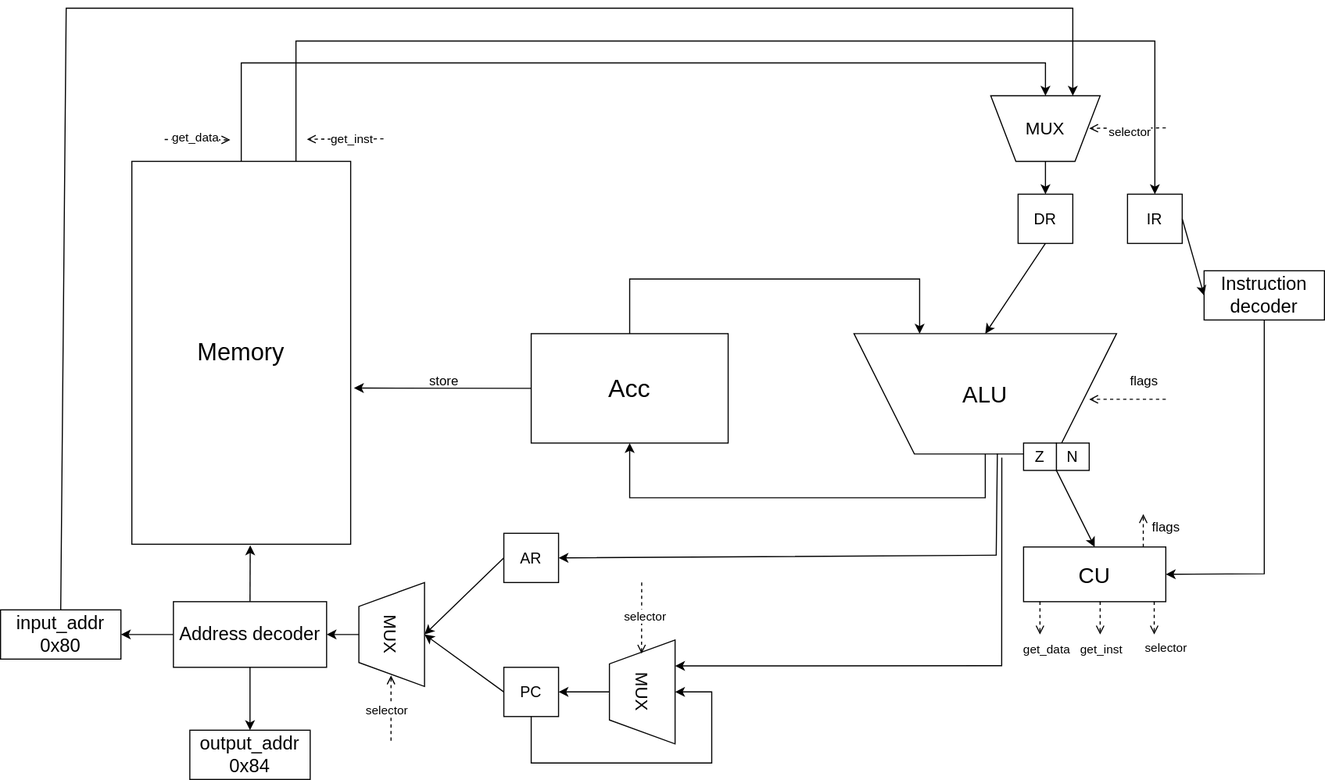
Before: csa/Acc.svg, a diagram exported from draw.io (anasttass/itmo). Source tidied: cells renumbered, new cells last; positions are measured from the earlier drawing's top-left corner, leaving out a move shared by most shapes.
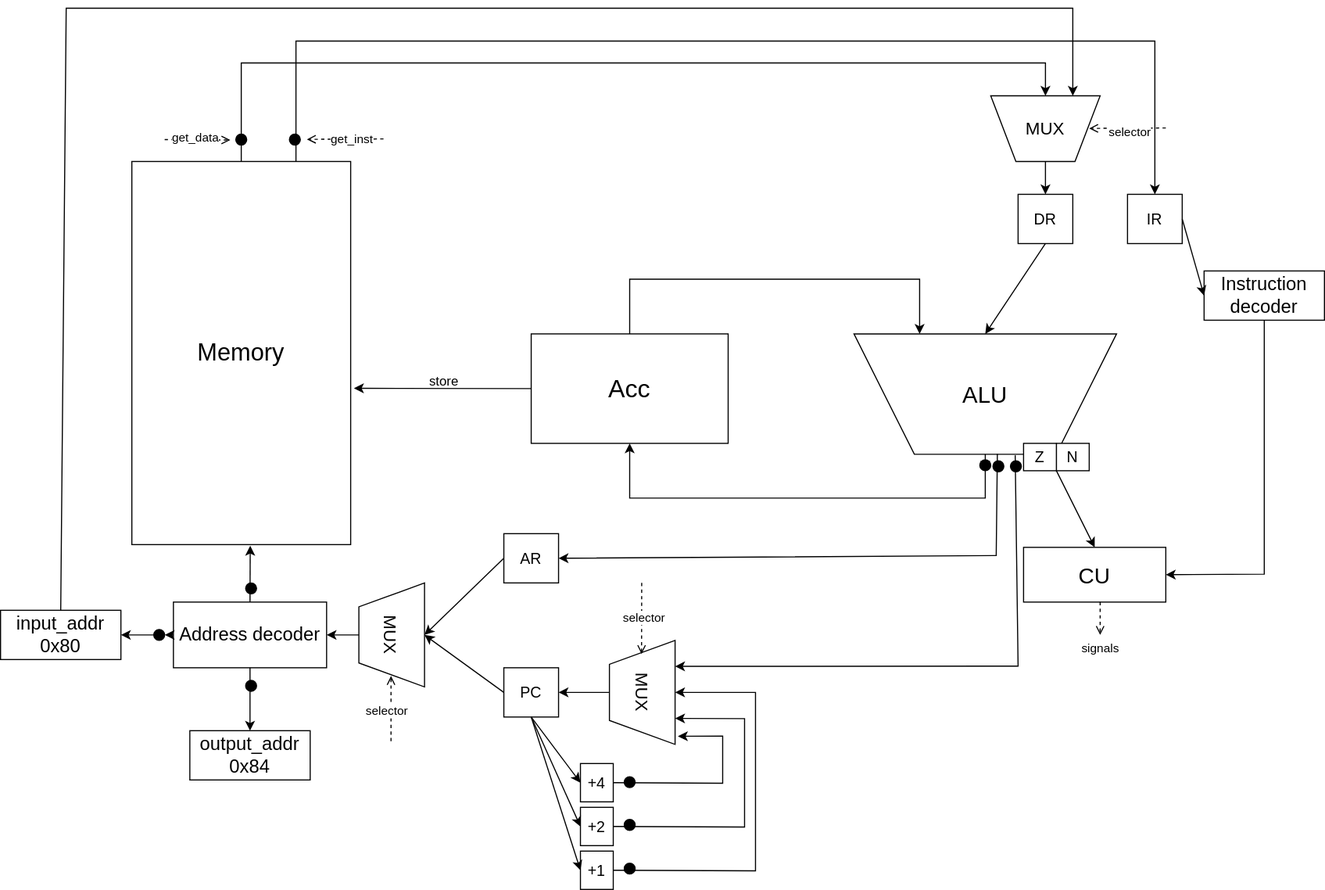
After the change.

The edit, as a diff of the source:
```diff
@@ -41,12 +41,9 @@
     <mxCell id="14" style="endArrow=classic;html=1;rounded=0;exitX=0.5;exitY=0;exitDx=0;exitDy=0;entryX=0.541;entryY=1.003;entryDx=0;entryDy=0;entryPerimeter=0;" parent="1" edge="1" source="4" target="2">
       <mxGeometry relative="1" as="geometry" />
     </mxCell>
-    <mxCell id="15" style="endArrow=classic;html=1;rounded=0;exitX=0;exitY=0.5;exitDx=0;exitDy=0;entryX=1;entryY=0.5;entryDx=0;entryDy=0;" parent="1" edge="1" source="4" target="6">
+    <mxCell id="15" style="endArrow=classic;html=1;rounded=0;exitX=0;exitY=0.5;exitDx=0;exitDy=0;entryX=1;entryY=0.5;entryDx=0;entryDy=0;" parent="1" edge="1" source="77" target="6">
       <mxGeometry relative="1" as="geometry" />
     </mxCell>
-    <mxCell id="16" style="endArrow=classic;html=1;rounded=0;exitX=0.5;exitY=1;exitDx=0;exitDy=0;entryX=0.5;entryY=0;entryDx=0;entryDy=0;" parent="1" edge="1" source="4" target="7">
-      <mxGeometry relative="1" as="geometry" />
-    </mxCell>
     <mxCell id="17" style="endArrow=classic;html=1;rounded=0;entryX=0.75;entryY=0;entryDx=0;entryDy=0;exitX=0.5;exitY=0;exitDx=0;exitDy=0;" parent="1" edge="1" source="6" target="12">
       <mxGeometry relative="1" as="geometry">
         <Array as="points">
@@ -75,7 +72,7 @@
     <mxCell id="22" style="endArrow=classic;html=1;rounded=0;entryX=0.5;entryY=0;entryDx=0;entryDy=0;exitX=1;exitY=1;exitDx=0;exitDy=0;" parent="1" edge="1" source="20" target="21">
       <mxGeometry relative="1" as="geometry" />
     </mxCell>
-    <mxCell id="23" style="endArrow=classic;html=1;rounded=0;exitX=0.5;exitY=1;exitDx=0;exitDy=0;entryX=0.5;entryY=1;entryDx=0;entryDy=0;" parent="1" edge="1" source="11" target="3">
+    <mxCell id="23" style="endArrow=classic;html=1;rounded=0;exitX=0.5;exitY=1;exitDx=0;exitDy=0;entryX=0.5;entryY=1;entryDx=0;entryDy=0;" parent="1" edge="1" source="79" target="3">
       <mxGeometry relative="1" as="geometry">
         <Array as="points">
           <mxPoint x="900" y="447.5" />
@@ -97,15 +94,6 @@
     <mxCell id="26" style="endArrow=classic;html=1;rounded=0;exitX=0.5;exitY=1;exitDx=0;exitDy=0;entryX=0.5;entryY=0;entryDx=0;entryDy=0;" parent="1" edge="1" source="12" target="10">
       <mxGeometry relative="1" as="geometry" />
     </mxCell>
-    <mxCell id="27" style="endArrow=open;html=1;rounded=0;dashed=1;strokeWidth=1;endFill=0;" parent="1" edge="1">
-      <mxGeometry relative="1" as="geometry">
-        <mxPoint x="1065" y="357.5" as="sourcePoint" />
-        <mxPoint x="995" y="357.5" as="targetPoint" />
-      </mxGeometry>
-    </mxCell>
-    <mxCell id="28" value="flags" style="text;html=1;align=center;verticalAlign=middle;strokeColor=none;fillColor=none;strokeWidth=2;" parent="1" vertex="1">
-      <mxGeometry x="1020" y="325.5" width="50" height="30" as="geometry" />
-    </mxCell>
     <mxCell id="29" style="endArrow=classic;html=1;rounded=0;exitX=1;exitY=0.5;exitDx=0;exitDy=0;entryX=0;entryY=0.5;entryDx=0;entryDy=0;" parent="1" edge="1" source="9" target="5">
       <mxGeometry relative="1" as="geometry" />
     </mxCell>
@@ -119,22 +107,13 @@
     <mxCell id="31" style="endArrow=classic;html=1;rounded=0;exitX=0;exitY=0.5;exitDx=0;exitDy=0;entryX=1.015;entryY=0.592;entryDx=0;entryDy=0;entryPerimeter=0;" parent="1" edge="1" source="3" target="2">
       <mxGeometry relative="1" as="geometry" />
     </mxCell>
-    <mxCell id="32" style="endArrow=classic;html=1;rounded=0;exitX=0.563;exitY=-0.03;exitDx=0;exitDy=0;exitPerimeter=0;entryX=0.25;entryY=0;entryDx=0;entryDy=0;" parent="1" edge="1" source="11" target="13">
+    <mxCell id="32" style="endArrow=classic;html=1;rounded=0;exitX=0.614;exitY=-0.008;exitDx=0;exitDy=0;exitPerimeter=0;entryX=0.25;entryY=0;entryDx=0;entryDy=0;" parent="1" edge="1" source="11" target="13">
       <mxGeometry relative="1" as="geometry">
         <Array as="points">
-          <mxPoint x="915" y="601" />
+          <mxPoint x="930" y="601" />
         </Array>
       </mxGeometry>
     </mxCell>
-    <mxCell id="33" style="endArrow=classic;html=1;rounded=0;exitX=0.5;exitY=1;exitDx=0;exitDy=0;entryX=0.5;entryY=0;entryDx=0;entryDy=0;" parent="1" edge="1" source="8" target="13">
-      <mxGeometry relative="1" as="geometry">
-        <Array as="points">
-          <mxPoint x="485" y="690" />
-          <mxPoint x="650" y="690" />
-          <mxPoint x="650" y="625" />
-        </Array>
-      </mxGeometry>
-    </mxCell>
     <mxCell id="34" style="endArrow=classic;html=1;rounded=0;exitX=0.5;exitY=1;exitDx=0;exitDy=0;entryX=1;entryY=0.5;entryDx=0;entryDy=0;" parent="1" edge="1" source="13" target="8">
       <mxGeometry relative="1" as="geometry" />
     </mxCell>
@@ -226,43 +205,98 @@
         <mxPoint x="-1" as="offset" />
       </mxGeometry>
     </mxCell>
-    <mxCell id="53" style="endArrow=open;html=1;rounded=0;dashed=1;strokeWidth=1;endFill=0;" parent="1" edge="1">
-      <mxGeometry relative="1" as="geometry">
-        <mxPoint x="1044.4" y="492.5" as="sourcePoint" />
-        <mxPoint x="1044.4" y="462.5" as="targetPoint" />
-      </mxGeometry>
-    </mxCell>
-    <mxCell id="54" style="endArrow=open;html=1;rounded=0;dashed=1;strokeWidth=1;endFill=0;" parent="1" edge="1">
-      <mxGeometry relative="1" as="geometry">
-        <mxPoint x="1054.4" y="542.5" as="sourcePoint" />
-        <mxPoint x="1054.4" y="572.5" as="targetPoint" />
-      </mxGeometry>
-    </mxCell>
     <mxCell id="55" style="endArrow=open;html=1;rounded=0;dashed=1;strokeWidth=1;endFill=0;" parent="1" edge="1">
       <mxGeometry relative="1" as="geometry">
         <mxPoint x="1005" y="542.5" as="sourcePoint" />
         <mxPoint x="1005" y="572.5" as="targetPoint" />
       </mxGeometry>
     </mxCell>
-    <mxCell id="56" style="endArrow=open;html=1;rounded=0;dashed=1;strokeWidth=1;endFill=0;" parent="1" edge="1">
-      <mxGeometry relative="1" as="geometry">
-        <mxPoint x="950" y="542.5" as="sourcePoint" />
-        <mxPoint x="950" y="572.5" as="targetPoint" />
-      </mxGeometry>
-    </mxCell>
-    <mxCell id="57" value="flags" style="text;html=1;align=center;verticalAlign=middle;strokeColor=none;fillColor=none;strokeWidth=2;" parent="1" vertex="1">
-      <mxGeometry x="1040" y="460" width="50" height="30" as="geometry" />
-    </mxCell>
-    <mxCell id="58" value="selector" style="edgeLabel;html=1;align=center;verticalAlign=middle;" parent="1" vertex="1">
-      <mxGeometry x="930" y="585" as="geometry">
-        <mxPoint x="134" y="-1" as="offset" />
-      </mxGeometry>
-    </mxCell>
-    <mxCell id="59" value="get_inst" style="edgeLabel;html=1;align=center;verticalAlign=middle;" parent="1" vertex="1">
+    <mxCell id="59" value="signals" style="edgeLabel;html=1;align=center;verticalAlign=middle;" parent="1" vertex="1">
       <mxGeometry x="1005" y="585" as="geometry" />
     </mxCell>
-    <mxCell id="60" value="get_data" style="edgeLabel;html=1;align=center;verticalAlign=middle;" parent="1" vertex="1">
-      <mxGeometry x="955" y="585" as="geometry" />
-    </mxCell>
+    <mxCell id="61" value="&lt;font style=&quot;font-size: 14px;&quot;&gt;+1&lt;/font&gt;" style="rounded=0;whiteSpace=wrap;html=1;" parent="1" vertex="1">
+      <mxGeometry x="530" y="770" width="30" height="35" as="geometry" />
+    </mxCell>
+    <mxCell id="62" value="&lt;font style=&quot;font-size: 14px;&quot;&gt;+2&lt;/font&gt;" style="rounded=0;whiteSpace=wrap;html=1;" parent="1" vertex="1">
+      <mxGeometry x="530" y="730" width="30" height="35" as="geometry" />
+    </mxCell>
+    <mxCell id="63" value="&lt;font style=&quot;font-size: 14px;&quot;&gt;+4&lt;/font&gt;" style="rounded=0;whiteSpace=wrap;html=1;" parent="1" vertex="1">
+      <mxGeometry x="530" y="690" width="30" height="35" as="geometry" />
+    </mxCell>
+    <mxCell id="64" style="endArrow=classic;html=1;rounded=0;exitX=0.5;exitY=1;exitDx=0;exitDy=0;entryX=0;entryY=0.5;entryDx=0;entryDy=0;" parent="1" edge="1" source="8" target="63">
+      <mxGeometry relative="1" as="geometry" />
+    </mxCell>
+    <mxCell id="65" style="endArrow=classic;html=1;rounded=0;exitX=0.5;exitY=1;exitDx=0;exitDy=0;entryX=0;entryY=0.5;entryDx=0;entryDy=0;" parent="1" edge="1" source="8" target="62">
+      <mxGeometry relative="1" as="geometry" />
+    </mxCell>
+    <mxCell id="66" style="endArrow=classic;html=1;rounded=0;exitX=0.5;exitY=1;exitDx=0;exitDy=0;entryX=0;entryY=0.5;entryDx=0;entryDy=0;" parent="1" edge="1" source="8" target="61">
+      <mxGeometry relative="1" as="geometry" />
+    </mxCell>
+    <mxCell id="67" style="endArrow=classic;html=1;rounded=0;exitX=1;exitY=0.5;exitDx=0;exitDy=0;entryX=0.5;entryY=0;entryDx=0;entryDy=0;" parent="1" edge="1" source="61" target="13">
+      <mxGeometry relative="1" as="geometry">
+        <Array as="points">
+          <mxPoint x="690" y="788" />
+          <mxPoint x="690" y="625" />
+        </Array>
+      </mxGeometry>
+    </mxCell>
+    <mxCell id="68" style="endArrow=classic;html=1;rounded=0;exitX=1;exitY=0.5;exitDx=0;exitDy=0;entryX=0.922;entryY=1.043;entryDx=0;entryDy=0;entryPerimeter=0;" parent="1" edge="1" source="63" target="13">
+      <mxGeometry relative="1" as="geometry">
+        <Array as="points">
+          <mxPoint x="660" y="708" />
+          <mxPoint x="660" y="665" />
+        </Array>
+      </mxGeometry>
+    </mxCell>
+    <mxCell id="69" style="endArrow=classic;html=1;rounded=0;exitX=1;exitY=0.5;exitDx=0;exitDy=0;entryX=0.75;entryY=0;entryDx=0;entryDy=0;" parent="1" edge="1" source="62" target="13">
+      <mxGeometry relative="1" as="geometry">
+        <Array as="points">
+          <mxPoint x="680" y="748" />
+          <mxPoint x="680" y="649" />
+        </Array>
+      </mxGeometry>
+    </mxCell>
+    <mxCell id="70" style="ellipse;shape=doubleEllipse;whiteSpace=wrap;html=1;strokeColor=#000000;fillColor=#000000;" parent="1" vertex="1">
+      <mxGeometry x="570" y="702" width="10" height="10" as="geometry" />
+    </mxCell>
+    <mxCell id="71" style="ellipse;shape=doubleEllipse;whiteSpace=wrap;html=1;strokeColor=#000000;fillColor=#000000;" parent="1" vertex="1">
+      <mxGeometry x="264" y="115" width="10" height="10" as="geometry" />
+    </mxCell>
+    <mxCell id="72" style="ellipse;shape=doubleEllipse;whiteSpace=wrap;html=1;strokeColor=#000000;fillColor=#000000;" parent="1" vertex="1">
+      <mxGeometry x="570" y="741" width="10" height="10" as="geometry" />
+    </mxCell>
+    <mxCell id="73" style="ellipse;shape=doubleEllipse;whiteSpace=wrap;html=1;strokeColor=#000000;fillColor=#000000;" parent="1" vertex="1">
+      <mxGeometry x="570" y="781" width="10" height="10" as="geometry" />
+    </mxCell>
+    <mxCell id="74" style="ellipse;shape=doubleEllipse;whiteSpace=wrap;html=1;strokeColor=#000000;fillColor=#000000;" parent="1" vertex="1">
+      <mxGeometry x="215" y="115" width="10" height="10" as="geometry" />
+    </mxCell>
+    <mxCell id="75" style="ellipse;shape=doubleEllipse;whiteSpace=wrap;html=1;strokeColor=#000000;fillColor=#000000;" parent="1" vertex="1">
+      <mxGeometry x="224" y="525" width="10" height="10" as="geometry" />
+    </mxCell>
+    <mxCell id="76" style="endArrow=classic;html=1;rounded=0;exitX=0;exitY=0.5;exitDx=0;exitDy=0;entryX=1;entryY=0.5;entryDx=0;entryDy=0;" parent="1" edge="1" source="4" target="77">
+      <mxGeometry relative="1" as="geometry" />
+    </mxCell>
+    <mxCell id="77" style="ellipse;shape=doubleEllipse;whiteSpace=wrap;html=1;strokeColor=#000000;fillColor=#000000;" parent="1" vertex="1">
+      <mxGeometry x="140" y="567.5" width="10" height="10" as="geometry" />
+    </mxCell>
+    <mxCell id="16" style="endArrow=classic;html=1;rounded=0;exitX=0.5;exitY=1;exitDx=0;exitDy=0;entryX=0.5;entryY=0;entryDx=0;entryDy=0;" parent="1" edge="1" source="4" target="7">
+      <mxGeometry relative="1" as="geometry" />
+    </mxCell>
+    <mxCell id="78" style="endArrow=classic;html=1;rounded=0;exitX=0.5;exitY=1;exitDx=0;exitDy=0;entryX=0.5;entryY=1;entryDx=0;entryDy=0;" parent="1" edge="1" source="11" target="79">
+      <mxGeometry relative="1" as="geometry" />
+    </mxCell>
+    <mxCell id="79" style="ellipse;shape=doubleEllipse;whiteSpace=wrap;html=1;strokeColor=#000000;fillColor=#000000;" parent="1" vertex="1">
+      <mxGeometry x="895" y="412.5" width="10" height="10" as="geometry" />
+    </mxCell>
+    <mxCell id="80" style="ellipse;shape=doubleEllipse;whiteSpace=wrap;html=1;strokeColor=#000000;fillColor=#000000;" parent="1" vertex="1">
+      <mxGeometry x="907" y="413.5" width="10" height="10" as="geometry" />
+    </mxCell>
+    <mxCell id="81" style="ellipse;shape=doubleEllipse;whiteSpace=wrap;html=1;strokeColor=#000000;fillColor=#000000;" parent="1" vertex="1">
+      <mxGeometry x="923" y="413.5" width="10" height="10" as="geometry" />
+    </mxCell>
+    <mxCell id="82" style="ellipse;shape=doubleEllipse;whiteSpace=wrap;html=1;strokeColor=#000000;fillColor=#000000;" parent="1" vertex="1">
+      <mxGeometry x="224" y="614" width="10" height="10" as="geometry" />
+    </mxCell>
   </root>
 </mxGraphModel>
```
